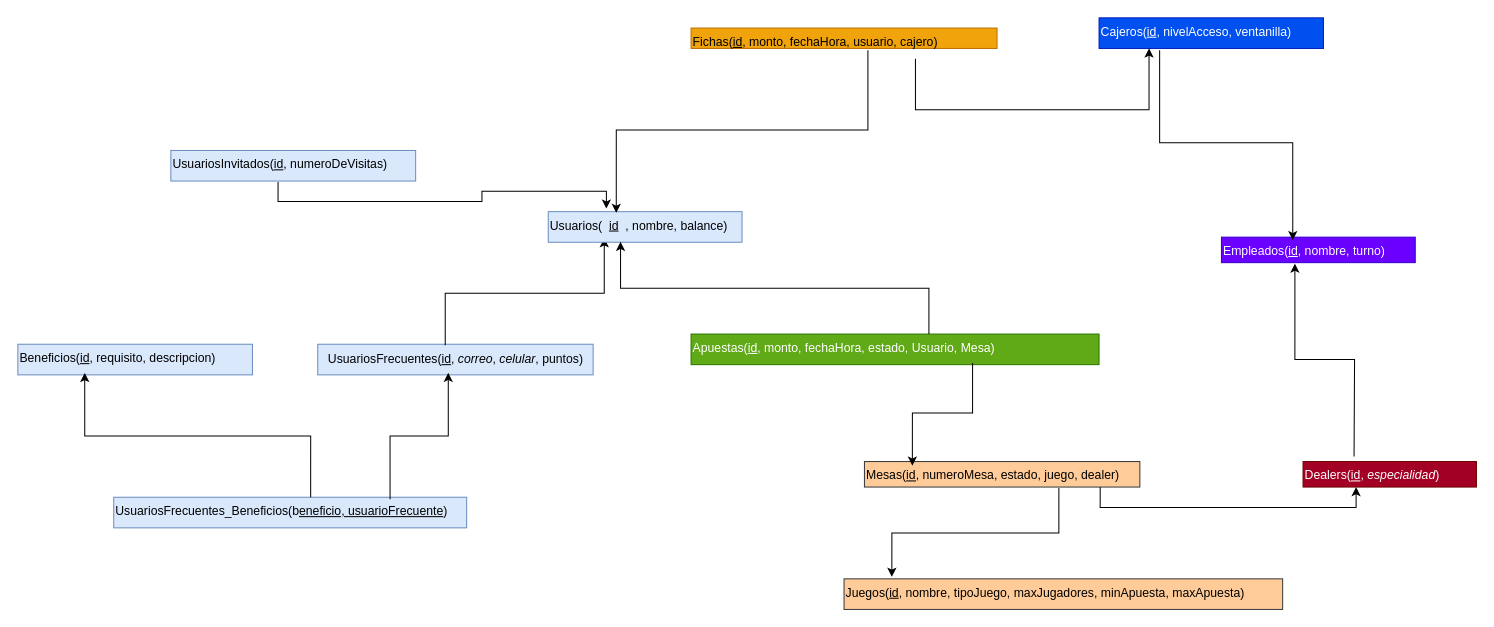
Above: Casino.drawio in mamagege/ProyectoBasesCarlosyJuanDiego (draw.io), before the change. Source tidied: cells renumbered, new cells numbered last; positions are measured from the earlier drawing's top-left corner, leaving out a move shared by most shapes. Both pictures are drawn from the tidied source at 102%, with x=0, y=0 at pixel (17, 17).
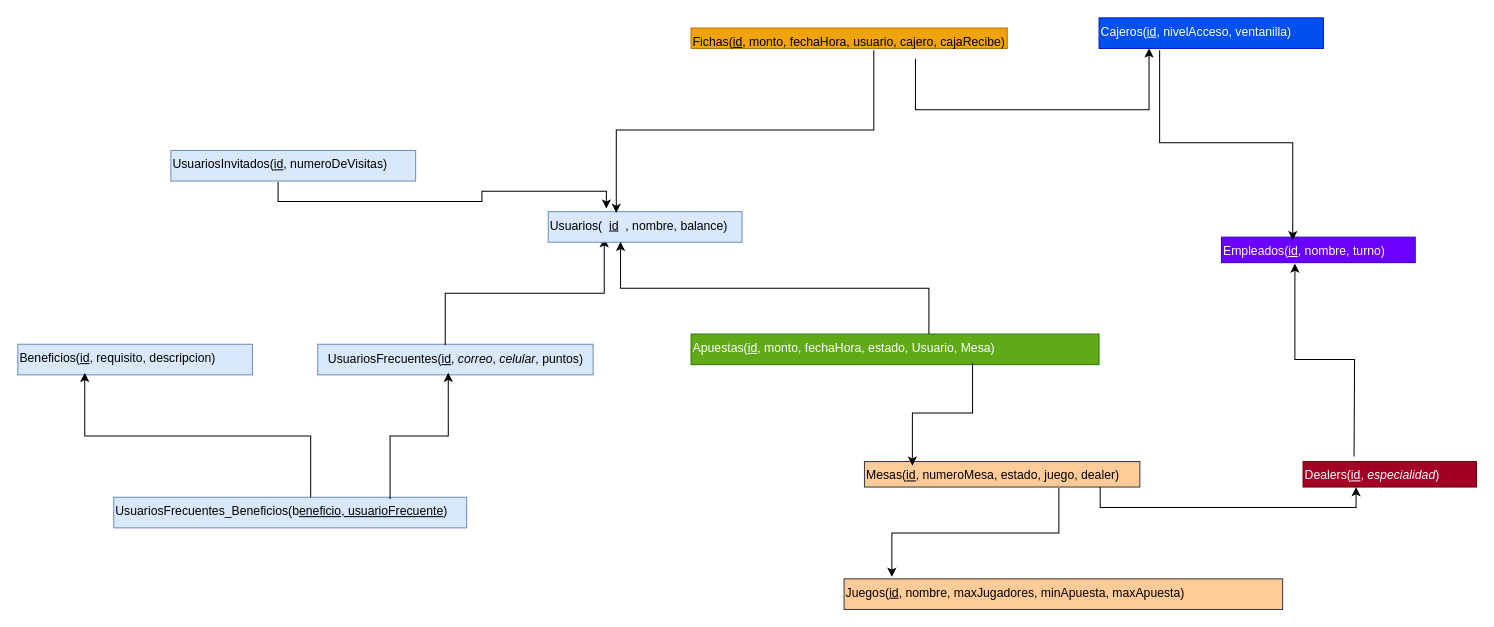
The same page after the edit.

What changed in the source:
```diff
@@
-    <mxCell id="16" value="Juegos(&lt;u&gt;id&lt;/u&gt;, nombre, tipoJuego, maxJugadores, minApuesta, maxApuesta)" style="text;whiteSpace=wrap;html=1;fillColor=#ffcc99;strokeColor=#36393d;" parent="1" vertex="1">
+    <mxCell id="16" value="Juegos(&lt;u&gt;id&lt;/u&gt;, nombre, maxJugadores, minApuesta, maxApuesta)" style="text;whiteSpace=wrap;html=1;fillColor=#ffcc99;strokeColor=#36393d;" parent="1" vertex="1">
       <mxGeometry x="810" y="550" width="430" height="30" as="geometry" />
     </mxCell>
@@
-    <mxCell id="24" value="Fichas(&lt;u&gt;id&lt;/u&gt;, monto, fechaHora, usuario, cajero)" style="text;whiteSpace=wrap;html=1;fillColor=#f0a30a;fontColor=#000000;strokeColor=#BD7000;" parent="1" vertex="1">
-      <mxGeometry x="660" y="10" width="300" height="20" as="geometry" />
+    <mxCell id="24" value="Fichas(&lt;u&gt;id&lt;/u&gt;, monto, fechaHora, usuario, cajero, cajaRecibe)" style="text;whiteSpace=wrap;html=1;fillColor=#f0a30a;fontColor=#000000;strokeColor=#BD7000;" parent="1" vertex="1">
+      <mxGeometry x="660" y="10" width="310" height="20" as="geometry" />
     </mxCell>
```
